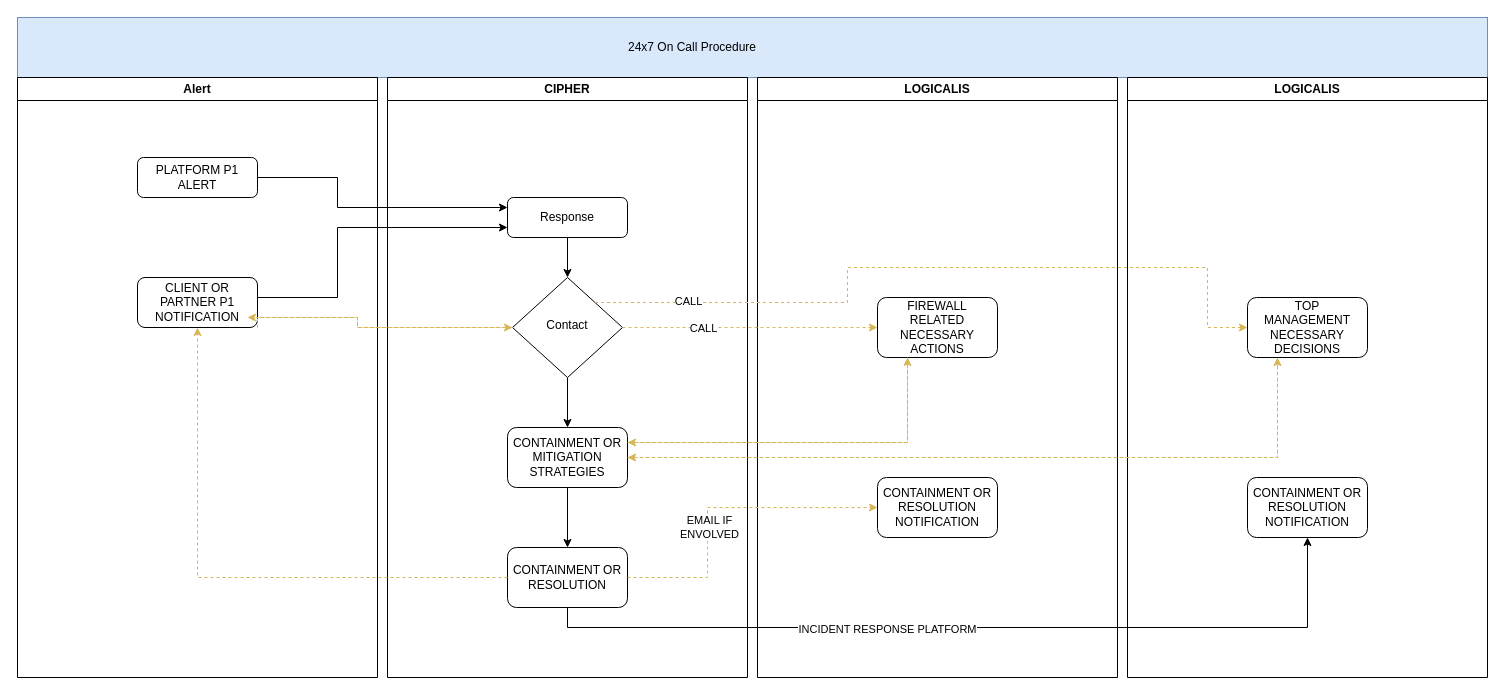
SousinhaT/SousinhaT keeps this draw.io diagram as Diagrama sem nome.drawio. Above is the earlier version. Source tidied: cells renumbered, new cells numbered last; positions are measured from the earlier drawing's top-left corner, leaving out a move shared by most shapes. Both pictures are drawn from the tidied source at 100%, with x=0, y=0 at pixel (17, 17).
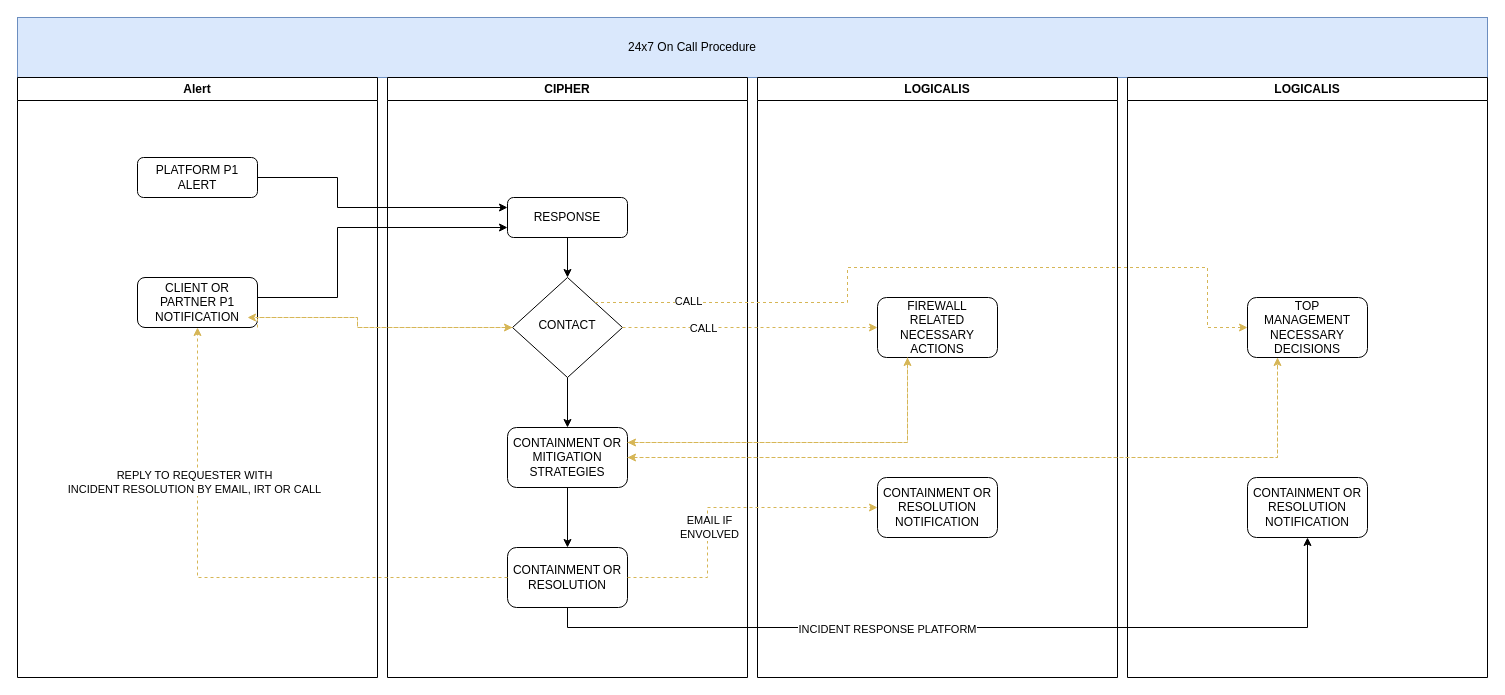
The same diagram, later.

The change refers to these unchanged cells:
```xml
<mxCell id="7" value="CIPHER" style="swimlane;whiteSpace=wrap;html=1;" parent="1" vertex="1">
  <mxGeometry x="370" y="60" width="360" height="600" as="geometry" />
</mxCell>
<mxCell id="41" style="edgeStyle=orthogonalEdgeStyle;rounded=0;jettySize=auto;html=1;exitX=0;exitY=0.5;exitDx=0;exitDy=0;entryX=0.5;entryY=1;entryDx=0;entryDy=0;dashed=1;fillColor=#fff2cc;strokeColor=#d6b656;" parent="1" edge="1" source="14" target="6">
  <mxGeometry relative="1" as="geometry" />
</mxCell>
```

Change to the diagram source:
```diff
@@
-    <mxCell id="9" value="Response" style="rounded=1;whiteSpace=wrap;html=1;fontSize=12;glass=0;strokeWidth=1;shadow=0;" parent="7" vertex="1">
+    <mxCell id="9" value="RESPONSE" style="rounded=1;whiteSpace=wrap;html=1;fontSize=12;glass=0;strokeWidth=1;shadow=0;" parent="7" vertex="1">
       <mxGeometry x="120" y="120" width="120" height="40" as="geometry" />
     </mxCell>
@@
-    <mxCell id="11" value="Contact" style="rhombus;whiteSpace=wrap;html=1;shadow=0;fontFamily=Helvetica;fontSize=12;align=center;strokeWidth=1;spacing=6;spacingTop=-4;" parent="7" vertex="1">
+    <mxCell id="11" value="CONTACT" style="rhombus;whiteSpace=wrap;html=1;shadow=0;fontFamily=Helvetica;fontSize=12;align=center;strokeWidth=1;spacing=6;spacingTop=-4;" parent="7" vertex="1">
       <mxGeometry x="125" y="200" width="110" height="100" as="geometry" />
     </mxCell>
@@
+    <mxCell id="42" value="REPLY TO REQUESTER WITH &lt;br&gt;INCIDENT RESOLUTION BY EMAIL, IRT OR CALL" style="edgeLabel;html=1;align=center;verticalAlign=middle;" parent="41" vertex="1">
+      <mxGeometry x="0.45" y="4" relative="1" as="geometry" />
+    </mxCell>
```
